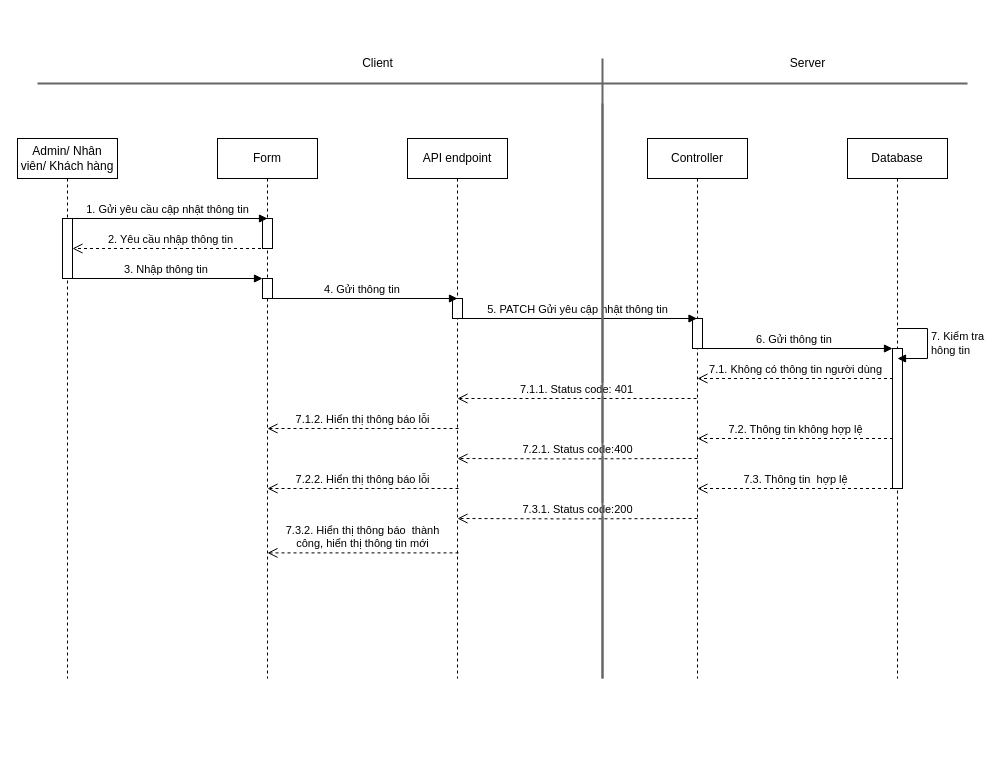
This is page "Page-3" (3 of 5) of SD/SD_QUANLYTAIKHOANCANHAN.drawio from hieuNV0871/da, a draw.io file, before an edit. Source tidied: cells renumbered, new cells numbered last; positions are measured from the earlier drawing's top-left corner, leaving out a move shared by most shapes. Both pictures are drawn from the tidied source at 100%, with x=0, y=0 at pixel (17, 48).
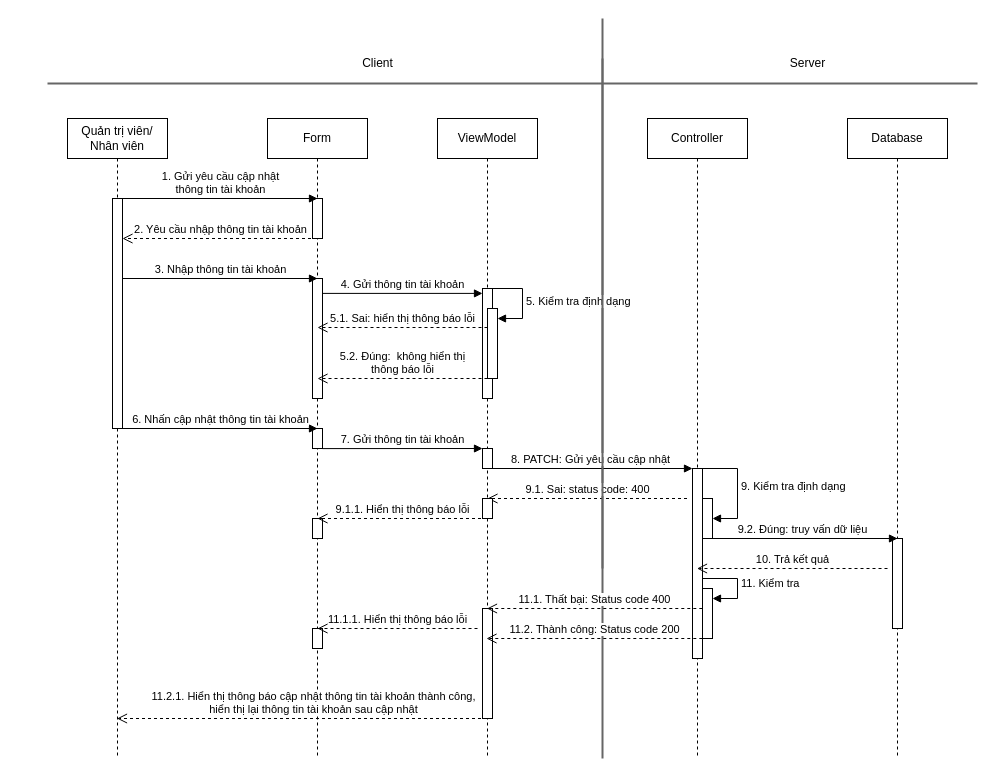
The same page after the edit.

What changed in the source:
```diff
@@
-    <mxCell id="2" value="Admin/ Nhân viên/ Khách hàng" style="shape=umlLifeline;perimeter=lifelinePerimeter;whiteSpace=wrap;html=1;newEdgeStyle={&quot;curved&quot;:0,&quot;rounded&quot;:0};" parent="1" vertex="1">
-      <mxGeometry y="90" width="100" height="540" as="geometry" />
-    </mxCell>
-    <mxCell id="3" style="html=1;points=[[0,0,0,0,5],[0,1,0,0,-5],[1,0,0,0,5],[1,1,0,0,-5]];perimeter=orthogonalPerimeter;outlineConnect=0;targetShapes=umlLifeline;portConstraint=eastwest;newEdgeStyle={&quot;curved&quot;:0,&quot;rounded&quot;:0};" parent="2" vertex="1">
-      <mxGeometry x="45" y="80" width="10" height="60" as="geometry" />
-    </mxCell>
+    <mxCell id="34" style="line;strokeWidth=2;direction=south;html=1;fillColor=#f5f5f5;fontColor=#333333;strokeColor=#666666;" parent="1" vertex="1">
+      <mxGeometry x="580" y="-30" width="10" height="550" as="geometry" />
+    </mxCell>
+    <mxCell id="35" value="Quản trị viên/ Nhân viên" style="shape=umlLifeline;perimeter=lifelinePerimeter;whiteSpace=wrap;html=1;outlineConnect=0;portConstraint=eastwest;newEdgeStyle={&quot;curved&quot;:0,&quot;rounded&quot;:0};" parent="1" vertex="1">
+      <mxGeometry x="50" y="70" width="100" height="640" as="geometry" />
+    </mxCell>
+    <mxCell id="36" style="html=1;points=[[0,0,0,0,5],[0,1,0,0,-5],[1,0,0,0,5],[1,1,0,0,-5]];perimeter=orthogonalPerimeter;outlineConnect=0;targetShapes=umlLifeline;portConstraint=eastwest;newEdgeStyle={&quot;curved&quot;:0,&quot;rounded&quot;:0};" parent="35" vertex="1">
+      <mxGeometry x="45" y="80" width="10" height="230" as="geometry" />
+    </mxCell>
     <mxCell id="4" value="Form" style="shape=umlLifeline;perimeter=lifelinePerimeter;whiteSpace=wrap;html=1;outlineConnect=0;portConstraint=eastwest;newEdgeStyle={&quot;curved&quot;:0,&quot;rounded&quot;:0};" parent="1" vertex="1">
-      <mxGeometry x="200" y="90" width="100" height="540" as="geometry" />
+      <mxGeometry x="250" y="70" width="100" height="640" as="geometry" />
     </mxCell>
-    <mxCell id="5" style="html=1;perimeter=orthogonalPerimeter;targetShapes=umlLifeline;newEdgeStyle={&quot;curved&quot;:0,&quot;rounded&quot;:0};" parent="4" vertex="1">
-      <mxGeometry x="45" y="80" width="10" height="30" as="geometry" />
-    </mxCell>
-    <mxCell id="6" style="html=1;points=[[0,0,0,0,5],[0,1,0,0,-5],[1,0,0,0,5],[1,1,0,0,-5]];perimeter=orthogonalPerimeter;outlineConnect=0;targetShapes=umlLifeline;portConstraint=eastwest;newEdgeStyle={&quot;curved&quot;:0,&quot;rounded&quot;:0};" parent="4" vertex="1">
-      <mxGeometry x="45" y="140" width="10" height="20" as="geometry" />
-    </mxCell>
+    <mxCell id="37" style="html=1;perimeter=orthogonalPerimeter;targetShapes=umlLifeline;newEdgeStyle={&quot;curved&quot;:0,&quot;rounded&quot;:0};" parent="4" vertex="1">
+      <mxGeometry x="45" y="80" width="10" height="40" as="geometry" />
+    </mxCell>
+    <mxCell id="38" style="html=1;points=[[0,0,0,0,5],[0,1,0,0,-5],[1,0,0,0,5],[1,1,0,0,-5]];perimeter=orthogonalPerimeter;outlineConnect=0;targetShapes=umlLifeline;portConstraint=eastwest;newEdgeStyle={&quot;curved&quot;:0,&quot;rounded&quot;:0};" parent="4" vertex="1">
+      <mxGeometry x="45" y="160" width="10" height="120" as="geometry" />
+    </mxCell>
+    <mxCell id="39" style="html=1;perimeter=orthogonalPerimeter;targetShapes=umlLifeline;newEdgeStyle={&quot;curved&quot;:0,&quot;rounded&quot;:0};" parent="4" vertex="1">
+      <mxGeometry x="45" y="310" width="10" height="20" as="geometry" />
+    </mxCell>
+    <mxCell id="40" style="html=1;perimeter=orthogonalPerimeter;targetShapes=umlLifeline;newEdgeStyle={&quot;curved&quot;:0,&quot;rounded&quot;:0};" parent="4" vertex="1">
+      <mxGeometry x="45" y="400" width="10" height="20" as="geometry" />
+    </mxCell>
+    <mxCell id="41" style="html=1;perimeter=orthogonalPerimeter;targetShapes=umlLifeline;newEdgeStyle={&quot;curved&quot;:0,&quot;rounded&quot;:0};" parent="4" vertex="1">
+      <mxGeometry x="45" y="510" width="10" height="20" as="geometry" />
+    </mxCell>
     <mxCell id="7" value="Controller" style="shape=umlLifeline;perimeter=lifelinePerimeter;whiteSpace=wrap;html=1;outlineConnect=0;portConstraint=eastwest;newEdgeStyle={&quot;curved&quot;:0,&quot;rounded&quot;:0};" parent="1" vertex="1">
-      <mxGeometry x="630" y="90" width="100" height="540" as="geometry" />
+      <mxGeometry x="630" y="70" width="100" height="640" as="geometry" />
     </mxCell>
-    <mxCell id="8" style="html=1;perimeter=orthogonalPerimeter;targetShapes=umlLifeline;newEdgeStyle={&quot;curved&quot;:0,&quot;rounded&quot;:0};" parent="7" vertex="1">
-      <mxGeometry x="45" y="180" width="10" height="30" as="geometry" />
-    </mxCell>
-    <mxCell id="9" value="2. Yêu cầu nhập thông tin" style="html=1;verticalAlign=bottom;endArrow=open;dashed=1;endSize=8;curved=0;rounded=0;" parent="1" edge="1">
-      <mxGeometry relative="1" as="geometry">
-        <mxPoint x="249.5" y="200" as="sourcePoint" />
-        <mxPoint x="55" y="200" as="targetPoint" />
-        <Array as="points">
-          <mxPoint x="150" y="200" />
-        </Array>
-      </mxGeometry>
-    </mxCell>
-    <mxCell id="10" value="3. Nhập thông tin&amp;nbsp;" style="html=1;verticalAlign=bottom;endArrow=block;curved=0;rounded=0;" parent="1" edge="1" source="3" target="6">
-      <mxGeometry relative="1" as="geometry" />
-    </mxCell>
-    <mxCell id="11" value="1. Gửi yêu cầu cập nhật thông tin" style="html=1;verticalAlign=bottom;endArrow=block;curved=0;rounded=0;" parent="1" edge="1">
-      <mxGeometry relative="1" as="geometry">
-        <mxPoint x="50" y="170" as="sourcePoint" />
-        <mxPoint x="250" y="170" as="targetPoint" />
-      </mxGeometry>
-    </mxCell>
-    <mxCell id="12" value="5. PATCH Gửi yêu cập nhật thông tin" style="html=1;verticalAlign=bottom;endArrow=block;curved=0;rounded=0;" parent="1" edge="1" target="7">
-      <mxGeometry relative="1" as="geometry">
-        <mxPoint x="440" y="270" as="sourcePoint" />
-      </mxGeometry>
-    </mxCell>
+    <mxCell id="42" style="html=1;points=[[0,0,0,0,5],[0,1,0,0,-5],[1,0,0,0,5],[1,1,0,0,-5]];perimeter=orthogonalPerimeter;outlineConnect=0;targetShapes=umlLifeline;portConstraint=eastwest;newEdgeStyle={&quot;curved&quot;:0,&quot;rounded&quot;:0};" parent="7" vertex="1">
+      <mxGeometry x="45" y="350" width="10" height="190" as="geometry" />
+    </mxCell>
+    <mxCell id="43" value="9. Kiểm tra định dạng" style="html=1;align=left;spacingLeft=2;endArrow=block;rounded=0;edgeStyle=orthogonalEdgeStyle;curved=0;rounded=0;exitX=0.5;exitY=0;exitDx=0;exitDy=0;exitPerimeter=0;" parent="7" edge="1" source="42" target="44">
+      <mxGeometry relative="1" as="geometry">
+        <Array as="points">
+          <mxPoint x="90" y="350" />
+          <mxPoint x="90" y="400" />
+        </Array>
+      </mxGeometry>
+    </mxCell>
+    <mxCell id="44" style="html=1;points=[[0,0,0,0,5],[0,1,0,0,-5],[1,0,0,0,5],[1,1,0,0,-5]];perimeter=orthogonalPerimeter;outlineConnect=0;targetShapes=umlLifeline;portConstraint=eastwest;newEdgeStyle={&quot;curved&quot;:0,&quot;rounded&quot;:0};" parent="7" vertex="1">
+      <mxGeometry x="55" y="380" width="10" height="40" as="geometry" />
+    </mxCell>
+    <mxCell id="45" style="html=1;points=[[0,0,0,0,5],[0,1,0,0,-5],[1,0,0,0,5],[1,1,0,0,-5]];perimeter=orthogonalPerimeter;outlineConnect=0;targetShapes=umlLifeline;portConstraint=eastwest;newEdgeStyle={&quot;curved&quot;:0,&quot;rounded&quot;:0};" parent="7" vertex="1">
+      <mxGeometry x="55" y="470" width="10" height="50" as="geometry" />
+    </mxCell>
+    <mxCell id="46" value="11. Kiểm tra" style="html=1;align=left;spacingLeft=2;endArrow=block;rounded=0;edgeStyle=orthogonalEdgeStyle;curved=0;rounded=0;" parent="7" edge="1" target="45">
+      <mxGeometry relative="1" as="geometry">
+        <mxPoint x="55" y="460" as="sourcePoint" />
+        <Array as="points">
+          <mxPoint x="90" y="460" />
+          <mxPoint x="90" y="480" />
+        </Array>
+      </mxGeometry>
+    </mxCell>
+    <mxCell id="47" value="2. Yêu cầu nhập thông tin tài khoản" style="html=1;verticalAlign=bottom;endArrow=open;dashed=1;endSize=8;curved=0;rounded=0;" parent="1" edge="1" source="4" target="36">
+      <mxGeometry relative="1" as="geometry">
+        <Array as="points">
+          <mxPoint x="180" y="190" />
+        </Array>
+      </mxGeometry>
+    </mxCell>
+    <mxCell id="48" value="3. Nhập thông tin tài khoản" style="html=1;verticalAlign=bottom;endArrow=block;curved=0;rounded=0;" parent="1" edge="1" source="36">
+      <mxGeometry relative="1" as="geometry">
+        <mxPoint x="300" y="230" as="targetPoint" />
+      </mxGeometry>
+    </mxCell>
+    <mxCell id="49" value="1. Gửi yêu cầu cập nhật&lt;br&gt;&amp;nbsp;thông tin tài khoản&amp;nbsp;" style="html=1;verticalAlign=bottom;endArrow=block;curved=0;rounded=0;" parent="1" edge="1">
+      <mxGeometry relative="1" as="geometry">
+        <mxPoint x="105" y="150" as="sourcePoint" />
+        <mxPoint x="300" y="150" as="targetPoint" />
+      </mxGeometry>
+    </mxCell>
+    <mxCell id="50" value="8. PATCH: Gửi yêu cầu cập nhật" style="html=1;verticalAlign=bottom;endArrow=block;curved=0;rounded=0;" parent="1" edge="1">
+      <mxGeometry relative="1" as="geometry">
+        <mxPoint x="470" y="420" as="sourcePoint" />
+        <mxPoint x="675" y="420" as="targetPoint" />
+      </mxGeometry>
+    </mxCell>
+    <mxCell id="51" value="9.1. Sai: status code: 400" style="html=1;verticalAlign=bottom;endArrow=open;dashed=1;endSize=8;curved=0;rounded=0;" parent="1" edge="1">
+      <mxGeometry relative="1" as="geometry">
+        <mxPoint x="669.5" y="450" as="sourcePoint" />
+        <mxPoint x="470" y="450" as="targetPoint" />
+        <Array as="points">
+          <mxPoint x="545" y="450" />
+        </Array>
+      </mxGeometry>
+    </mxCell>
     <mxCell id="13" value="Database" style="shape=umlLifeline;perimeter=lifelinePerimeter;whiteSpace=wrap;html=1;newEdgeStyle={&quot;curved&quot;:0,&quot;rounded&quot;:0};" parent="1" vertex="1">
-      <mxGeometry x="830" y="90" width="100" height="540" as="geometry" />
+      <mxGeometry x="830" y="70" width="100" height="640" as="geometry" />
     </mxCell>
-    <mxCell id="14" style="html=1;points=[[0,0,0,0,5],[0,1,0,0,-5],[1,0,0,0,5],[1,1,0,0,-5]];perimeter=orthogonalPerimeter;outlineConnect=0;targetShapes=umlLifeline;portConstraint=eastwest;newEdgeStyle={&quot;curved&quot;:0,&quot;rounded&quot;:0};" parent="13" vertex="1">
-      <mxGeometry x="45" y="210" width="10" height="140" as="geometry" />
-    </mxCell>
-    <mxCell id="15" style="line;strokeWidth=2;html=1;fillColor=#f5f5f5;fontColor=#333333;strokeColor=#666666;" parent="1" vertex="1">
-      <mxGeometry x="20" y="30" width="930" height="10" as="geometry" />
-    </mxCell>
+    <mxCell id="52" style="html=1;perimeter=orthogonalPerimeter;targetShapes=umlLifeline;newEdgeStyle={&quot;curved&quot;:0,&quot;rounded&quot;:0};" parent="13" vertex="1">
+      <mxGeometry x="45" y="420" width="10" height="90" as="geometry" />
+    </mxCell>
+    <mxCell id="53" style="line;strokeWidth=2;html=1;fillColor=#f5f5f5;fontColor=#333333;strokeColor=#666666;" parent="1" vertex="1">
+      <mxGeometry x="30" y="30" width="930" height="10" as="geometry" />
+    </mxCell>
@@
-    <mxCell id="18" style="line;strokeWidth=2;direction=south;html=1;fillColor=#f5f5f5;fontColor=#333333;strokeColor=#666666;" parent="1" vertex="1">
-      <mxGeometry x="580" y="10" width="10" height="620" as="geometry" />
-    </mxCell>
-    <mxCell id="19" value="API endpoint" style="shape=umlLifeline;perimeter=lifelinePerimeter;whiteSpace=wrap;html=1;newEdgeStyle={&quot;curved&quot;:0,&quot;rounded&quot;:0};" parent="1" vertex="1">
-      <mxGeometry x="390" y="90" width="100" height="540" as="geometry" />
-    </mxCell>
-    <mxCell id="20" style="html=1;perimeter=orthogonalPerimeter;targetShapes=umlLifeline;newEdgeStyle={&quot;curved&quot;:0,&quot;rounded&quot;:0};" parent="19" vertex="1">
-      <mxGeometry x="45" y="160" width="10" height="20" as="geometry" />
-    </mxCell>
-    <mxCell id="21" value="4. Gửi thông tin&amp;nbsp;" style="html=1;verticalAlign=bottom;endArrow=block;curved=0;rounded=0;" parent="1" edge="1">
-      <mxGeometry relative="1" as="geometry">
-        <mxPoint x="250.5" y="250" as="sourcePoint" />
-        <mxPoint x="440" y="250" as="targetPoint" />
-      </mxGeometry>
-    </mxCell>
-    <mxCell id="22" value="7. Kiểm tra &lt;br&gt;hông tin" style="html=1;align=left;spacingLeft=2;endArrow=block;rounded=0;edgeStyle=orthogonalEdgeStyle;curved=0;rounded=0;" parent="1" edge="1">
-      <mxGeometry relative="1" as="geometry">
-        <mxPoint x="880" y="280" as="sourcePoint" />
-        <mxPoint x="880" y="310" as="targetPoint" />
-        <Array as="points">
-          <mxPoint x="910" y="310" />
-        </Array>
-      </mxGeometry>
-    </mxCell>
-    <mxCell id="23" value="6. Gửi thông tin&amp;nbsp;" style="html=1;verticalAlign=bottom;endArrow=block;curved=0;rounded=0;" parent="1" edge="1" target="14">
-      <mxGeometry relative="1" as="geometry">
-        <mxPoint x="680" y="300" as="sourcePoint" />
-      </mxGeometry>
-    </mxCell>
-    <mxCell id="24" value="7.1. Không có thông tin người dùng" style="html=1;verticalAlign=bottom;endArrow=open;dashed=1;endSize=8;curved=0;rounded=0;" parent="1" edge="1">
-      <mxGeometry relative="1" as="geometry">
-        <mxPoint x="875.5" y="330" as="sourcePoint" />
-        <mxPoint x="680" y="330" as="targetPoint" />
-        <Array as="points">
-          <mxPoint x="715.5" y="330" />
-        </Array>
-      </mxGeometry>
-    </mxCell>
-    <mxCell id="25" value="7.2. Thông tin không hợp lệ" style="html=1;verticalAlign=bottom;endArrow=open;dashed=1;endSize=8;curved=0;rounded=0;" parent="1" edge="1">
-      <mxGeometry relative="1" as="geometry">
-        <mxPoint x="875.5" y="390" as="sourcePoint" />
-        <mxPoint x="680" y="390" as="targetPoint" />
-      </mxGeometry>
-    </mxCell>
-    <mxCell id="26" value="7.1.1. Status code: 401" style="html=1;verticalAlign=bottom;endArrow=open;dashed=1;endSize=8;curved=0;rounded=0;" parent="1" edge="1">
-      <mxGeometry relative="1" as="geometry">
-        <mxPoint x="679" y="350" as="sourcePoint" />
-        <mxPoint x="440" y="350" as="targetPoint" />
-        <Array as="points">
-          <mxPoint x="540.5" y="350" />
-        </Array>
-      </mxGeometry>
-    </mxCell>
-    <mxCell id="27" value="7.2.1. Status code:400" style="html=1;verticalAlign=bottom;endArrow=open;dashed=1;endSize=8;curved=0;rounded=0;" parent="1" edge="1">
-      <mxGeometry relative="1" as="geometry">
-        <mxPoint x="680" y="410" as="sourcePoint" />
-        <mxPoint x="440" y="410" as="targetPoint" />
-        <Array as="points">
-          <mxPoint x="550.5" y="410.4" />
-        </Array>
-      </mxGeometry>
-    </mxCell>
-    <mxCell id="28" value="7.1.2. Hiển thị thông báo lỗi" style="html=1;verticalAlign=bottom;endArrow=open;dashed=1;endSize=8;curved=0;rounded=0;" parent="1" edge="1">
-      <mxGeometry relative="1" as="geometry">
-        <mxPoint x="441" y="380" as="sourcePoint" />
-        <mxPoint x="250" y="380" as="targetPoint" />
-      </mxGeometry>
-    </mxCell>
-    <mxCell id="29" value="7.3. Thông tin&amp;nbsp; hợp lệ" style="html=1;verticalAlign=bottom;endArrow=open;dashed=1;endSize=8;curved=0;rounded=0;" parent="1" edge="1">
-      <mxGeometry relative="1" as="geometry">
-        <mxPoint x="875.5" y="440" as="sourcePoint" />
-        <mxPoint x="680" y="440" as="targetPoint" />
-      </mxGeometry>
-    </mxCell>
-    <mxCell id="30" value="7.3.1. Status code:200" style="html=1;verticalAlign=bottom;endArrow=open;dashed=1;endSize=8;curved=0;rounded=0;" parent="1" edge="1">
-      <mxGeometry relative="1" as="geometry">
-        <mxPoint x="680" y="470" as="sourcePoint" />
-        <mxPoint x="440" y="470" as="targetPoint" />
-        <Array as="points">
-          <mxPoint x="550.5" y="470.4" />
-        </Array>
-      </mxGeometry>
-    </mxCell>
-    <mxCell id="31" style="line;strokeWidth=2;direction=south;html=1;fillColor=#f5f5f5;fontColor=#333333;strokeColor=#666666;" parent="1" vertex="1">
-      <mxGeometry x="580" y="55" width="10" height="575" as="geometry" />
-    </mxCell>
-    <mxCell id="32" value="7.2.2. Hiển thị thông báo lỗi" style="html=1;verticalAlign=bottom;endArrow=open;dashed=1;endSize=8;curved=0;rounded=0;" parent="1" edge="1">
-      <mxGeometry relative="1" as="geometry">
-        <mxPoint x="441" y="440" as="sourcePoint" />
-        <mxPoint x="250" y="440" as="targetPoint" />
-      </mxGeometry>
-    </mxCell>
-    <mxCell id="33" value="7.3.2. Hiển thị thông báo&amp;nbsp; thành&lt;br&gt;công, hiển thị thông tin mới" style="html=1;verticalAlign=bottom;endArrow=open;dashed=1;endSize=8;curved=0;rounded=0;" parent="1" edge="1">
-      <mxGeometry relative="1" as="geometry">
-        <mxPoint x="441" y="504.4" as="sourcePoint" />
-        <mxPoint x="250" y="504.4" as="targetPoint" />
-      </mxGeometry>
-    </mxCell>
+    <mxCell id="54" value="ViewModel" style="shape=umlLifeline;perimeter=lifelinePerimeter;whiteSpace=wrap;html=1;outlineConnect=0;portConstraint=eastwest;newEdgeStyle={&quot;curved&quot;:0,&quot;rounded&quot;:0};" parent="1" vertex="1">
+      <mxGeometry x="420" y="70" width="100" height="640" as="geometry" />
+    </mxCell>
+    <mxCell id="55" style="html=1;perimeter=orthogonalPerimeter;targetShapes=umlLifeline;newEdgeStyle={&quot;curved&quot;:0,&quot;rounded&quot;:0};" parent="54" vertex="1">
+      <mxGeometry x="45" y="170" width="10" height="110" as="geometry" />
+    </mxCell>
+    <mxCell id="56" value="5. Kiểm tra định dạng" style="html=1;align=left;spacingLeft=2;endArrow=block;rounded=0;edgeStyle=orthogonalEdgeStyle;curved=0;rounded=0;" parent="54" edge="1" target="57">
+      <mxGeometry relative="1" as="geometry">
+        <mxPoint x="55" y="170" as="sourcePoint" />
+        <Array as="points">
+          <mxPoint x="85" y="200" />
+        </Array>
+      </mxGeometry>
+    </mxCell>
+    <mxCell id="57" style="html=1;points=[[0,0,0,0,5],[0,1,0,0,-5],[1,0,0,0,5],[1,1,0,0,-5]];perimeter=orthogonalPerimeter;outlineConnect=0;targetShapes=umlLifeline;portConstraint=eastwest;newEdgeStyle={&quot;curved&quot;:0,&quot;rounded&quot;:0};" parent="54" vertex="1">
+      <mxGeometry x="50" y="190" width="10" height="70" as="geometry" />
+    </mxCell>
+    <mxCell id="58" style="html=1;perimeter=orthogonalPerimeter;targetShapes=umlLifeline;newEdgeStyle={&quot;curved&quot;:0,&quot;rounded&quot;:0};" parent="54" vertex="1">
+      <mxGeometry x="45" y="330" width="10" height="20" as="geometry" />
+    </mxCell>
+    <mxCell id="59" style="html=1;perimeter=orthogonalPerimeter;targetShapes=umlLifeline;newEdgeStyle={&quot;curved&quot;:0,&quot;rounded&quot;:0};" parent="54" vertex="1">
+      <mxGeometry x="45" y="380" width="10" height="20" as="geometry" />
+    </mxCell>
+    <mxCell id="60" style="html=1;perimeter=orthogonalPerimeter;targetShapes=umlLifeline;newEdgeStyle={&quot;curved&quot;:0,&quot;rounded&quot;:0};" parent="54" vertex="1">
+      <mxGeometry x="45" y="490" width="10" height="110" as="geometry" />
+    </mxCell>
+    <mxCell id="61" value="4. Gửi thông tin tài khoản" style="html=1;verticalAlign=bottom;endArrow=block;curved=0;rounded=0;" parent="1" edge="1" source="38">
+      <mxGeometry relative="1" as="geometry">
+        <mxPoint x="465" y="244.9" as="targetPoint" />
+      </mxGeometry>
+    </mxCell>
+    <mxCell id="62" style="line;strokeWidth=2;direction=south;html=1;fillColor=#f5f5f5;fontColor=#333333;strokeColor=#666666;" parent="1" vertex="1">
+      <mxGeometry x="580" y="10" width="10" height="700" as="geometry" />
+    </mxCell>
+    <mxCell id="63" value="11.2.1. Hiển thị thông báo cập nhật thông tin tài khoản thành công,&lt;br&gt;hiển thị lại thông tin tài khoản sau cập nhật" style="html=1;verticalAlign=bottom;endArrow=open;dashed=1;endSize=8;curved=0;rounded=0;" parent="1" edge="1" source="54" target="35">
+      <mxGeometry x="-0.06" relative="1" as="geometry">
+        <Array as="points">
+          <mxPoint x="327.5" y="670" />
+        </Array>
+      </mxGeometry>
+    </mxCell>
+    <mxCell id="64" value="5.1. Sai: hiển thị thông báo lỗi" style="html=1;verticalAlign=bottom;endArrow=open;dashed=1;endSize=8;curved=0;rounded=0;" parent="1" edge="1" source="57">
+      <mxGeometry relative="1" as="geometry">
+        <mxPoint x="300" y="279" as="targetPoint" />
+      </mxGeometry>
+    </mxCell>
+    <mxCell id="65" value="5.2. Đúng:&amp;nbsp; không hiển thị &lt;br&gt;thông báo lỗi" style="html=1;verticalAlign=bottom;endArrow=open;dashed=1;endSize=8;curved=0;rounded=0;" parent="1" edge="1">
+      <mxGeometry relative="1" as="geometry">
+        <mxPoint x="470" y="330" as="sourcePoint" />
+        <mxPoint x="300" y="330" as="targetPoint" />
+      </mxGeometry>
+    </mxCell>
+    <mxCell id="66" value="6. Nhấn cập nhật thông tin tài khoản" style="html=1;verticalAlign=bottom;endArrow=block;curved=0;rounded=0;" parent="1" edge="1">
+      <mxGeometry relative="1" as="geometry">
+        <mxPoint x="105" y="380" as="sourcePoint" />
+        <mxPoint x="300" y="380" as="targetPoint" />
+      </mxGeometry>
+    </mxCell>
+    <mxCell id="67" value="7. Gửi thông tin tài khoản" style="html=1;verticalAlign=bottom;endArrow=block;curved=0;rounded=0;" parent="1" edge="1">
+      <mxGeometry relative="1" as="geometry">
+        <mxPoint x="305" y="400.1" as="sourcePoint" />
+        <mxPoint x="465" y="400" as="targetPoint" />
+      </mxGeometry>
+    </mxCell>
+    <mxCell id="68" value="9.1.1. Hiển thị thông báo lỗi" style="html=1;verticalAlign=bottom;endArrow=open;dashed=1;endSize=8;curved=0;rounded=0;" parent="1" edge="1">
+      <mxGeometry relative="1" as="geometry">
+        <mxPoint x="469.5" y="470" as="sourcePoint" />
+        <mxPoint x="300" y="470" as="targetPoint" />
+        <Array as="points">
+          <mxPoint x="345" y="470" />
+        </Array>
+      </mxGeometry>
+    </mxCell>
+    <mxCell id="69" value="9.2. Đúng: truy vấn dữ liệu" style="html=1;verticalAlign=bottom;endArrow=block;curved=0;rounded=0;" parent="1" edge="1">
+      <mxGeometry relative="1" as="geometry">
+        <mxPoint x="690" y="490" as="sourcePoint" />
+        <mxPoint x="880" y="490" as="targetPoint" />
+      </mxGeometry>
+    </mxCell>
+    <mxCell id="70" value="10. Trả kết quả" style="html=1;verticalAlign=bottom;endArrow=open;dashed=1;endSize=8;curved=0;rounded=0;" parent="1" edge="1" target="7">
+      <mxGeometry relative="1" as="geometry">
+        <mxPoint x="870" y="520" as="sourcePoint" />
+      </mxGeometry>
+    </mxCell>
+    <mxCell id="71" value="11.1. Thất bại: Status code 400" style="html=1;verticalAlign=bottom;endArrow=open;dashed=1;endSize=8;curved=0;rounded=0;" parent="1" edge="1" target="54">
+      <mxGeometry relative="1" as="geometry">
+        <mxPoint x="684.8" y="560" as="sourcePoint" />
+      </mxGeometry>
+    </mxCell>
+    <mxCell id="72" value="11.2. Thành công: Status code 200" style="html=1;verticalAlign=bottom;endArrow=open;dashed=1;endSize=8;curved=0;rounded=0;" parent="1" edge="1">
+      <mxGeometry relative="1" as="geometry">
+        <mxPoint x="684.8" y="590" as="sourcePoint" />
+        <mxPoint x="469" y="590" as="targetPoint" />
+      </mxGeometry>
+    </mxCell>
+    <mxCell id="73" value="11.1.1. Hiển thị thông báo lỗi" style="html=1;verticalAlign=bottom;endArrow=open;dashed=1;endSize=8;curved=0;rounded=0;" parent="1" edge="1">
+      <mxGeometry relative="1" as="geometry">
+        <mxPoint x="460" y="580" as="sourcePoint" />
+        <mxPoint x="300" y="580" as="targetPoint" />
+        <Array as="points">
+          <mxPoint x="335" y="580" />
+        </Array>
+      </mxGeometry>
+    </mxCell>
```
